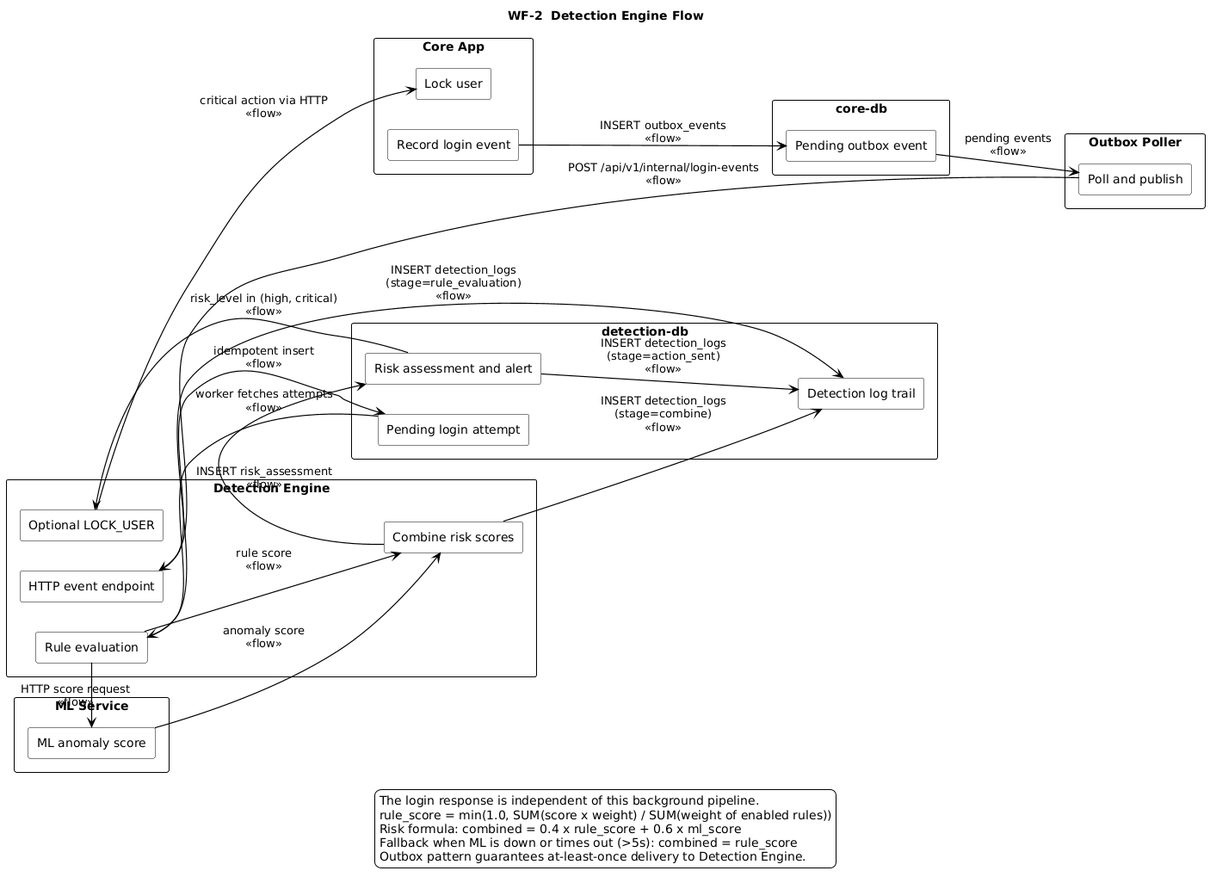
Albert-Tuan/sentinel-auth keeps this PlantUML diagram as docs/diagrams/WF-2_Detection.png. Above is the earlier version. The source it was exported from:
```plantuml
@startuml
left to right direction
skinparam monochrome true
skinparam shadowing false
skinparam backgroundColor white
skinparam rectangle {
  BackgroundColor white
  BorderColor black
}
skinparam ArrowColor black
skinparam ArrowThickness 1.2
title WF-2  Detection Engine Flow

rectangle "Core App" as sys_1 {
  rectangle "Record login event" as event
  rectangle "Lock user" as lock
}

rectangle "core-db" as sys_2 {
  rectangle "Pending outbox event" as outbox
}

rectangle "Outbox Poller" as sys_3 {
  rectangle "Poll and publish" as poll
}

rectangle "Detection Engine" as sys_4 {
  rectangle "HTTP event endpoint" as receive
  rectangle "Rule evaluation" as rules
  rectangle "Combine risk scores" as combine
  rectangle "Optional LOCK_USER" as action
}

rectangle "detection-db" as sys_5 {
  rectangle "Pending login attempt" as attempt
  rectangle "Risk assessment and alert" as assess
  rectangle "Detection log trail" as dlog
}

rectangle "ML Service" as sys_6 {
  rectangle "ML anomaly score" as ml
}

event --> outbox : INSERT outbox_events\n<<flow>>

outbox --> poll : pending events\n<<flow>>
poll --> receive : POST /api/v1/internal/login-events\n<<flow>>

receive --> attempt : idempotent insert\n<<flow>>

attempt --> rules : worker fetches attempts\n<<flow>>
rules --> dlog : INSERT detection_logs\n(stage=rule_evaluation)\n<<flow>>

rules --> ml : HTTP score request\n<<flow>>
ml --> combine : anomaly score\n<<flow>>
rules --> combine : rule score\n<<flow>>

combine --> assess : INSERT risk_assessment\n<<flow>>
combine --> dlog : INSERT detection_logs\n(stage=combine)\n<<flow>>
assess --> dlog : INSERT detection_logs\n(stage=action_sent)\n<<flow>>

assess --> action : risk_level in (high, critical)\n<<flow>>
action --> lock : critical action via HTTP\n<<flow>>

legend bottom
  The login response is independent of this background pipeline.
  rule_score = min(1.0, SUM(score x weight) / SUM(weight of enabled rules))
  Risk formula: combined = 0.4 x rule_score + 0.6 x ml_score
  Fallback when ML is down or times out (>5s): combined = rule_score
  Outbox pattern guarantees at-least-once delivery to Detection Engine.
endlegend
@enduml
```
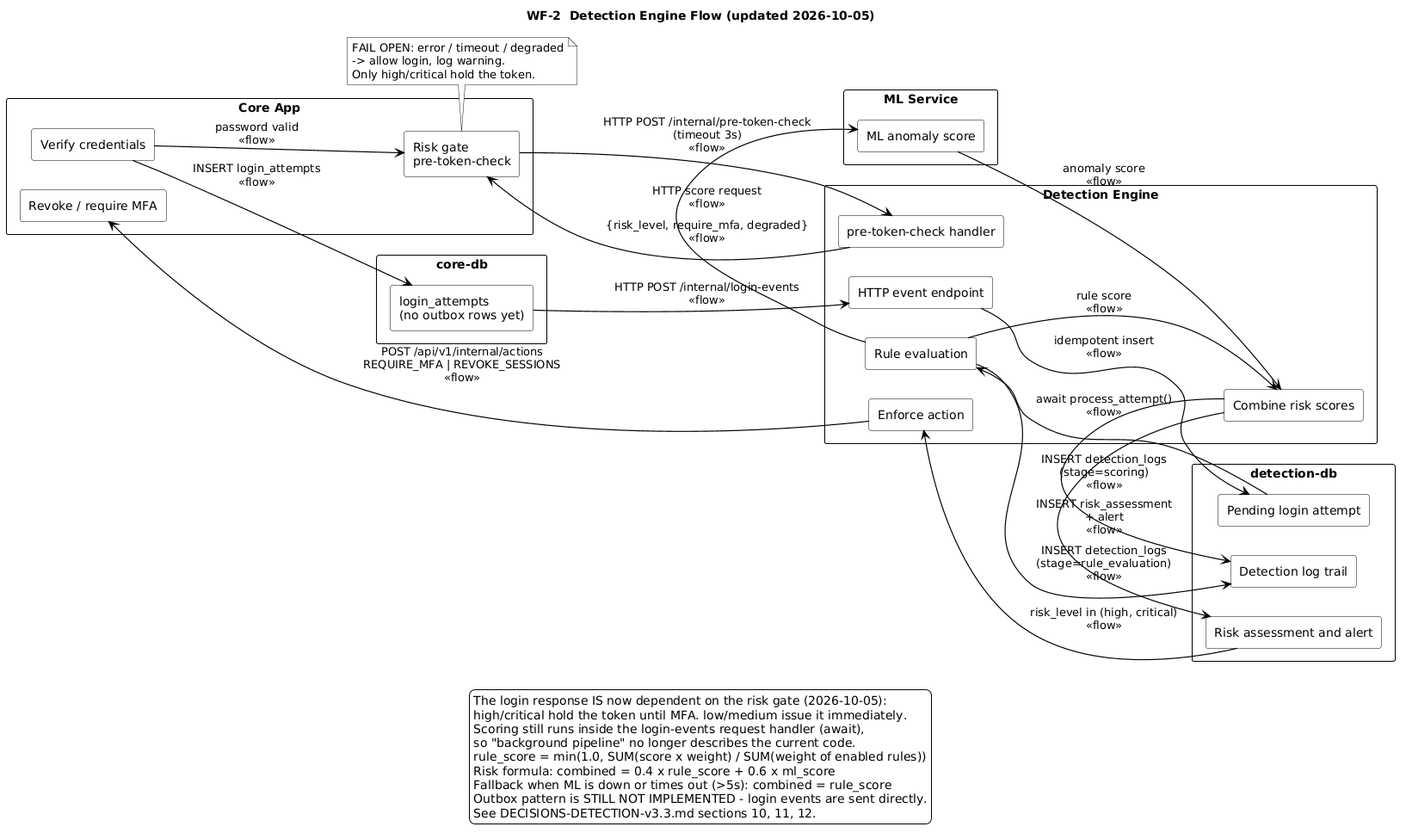
The same file after the commit.

The edit, as a diff of the source:
```diff
@@ -9,26 +9,24 @@
 }
 skinparam ArrowColor black
 skinparam ArrowThickness 1.2
-title WF-2  Detection Engine Flow
+title WF-2  Detection Engine Flow (updated 2026-10-05)
 
 rectangle "Core App" as sys_1 {
-  rectangle "Record login event" as event
-  rectangle "Lock user" as lock
+  rectangle "Verify credentials" as event
+  rectangle "Risk gate\npre-token-check" as gate
+  rectangle "Revoke / require MFA" as lock
 }
 
 rectangle "core-db" as sys_2 {
-  rectangle "Pending outbox event" as outbox
-}
-
-rectangle "Outbox Poller" as sys_3 {
-  rectangle "Poll and publish" as poll
+  rectangle "login_attempts\n(no outbox rows yet)" as outbox
 }
 
 rectangle "Detection Engine" as sys_4 {
   rectangle "HTTP event endpoint" as receive
+  rectangle "pre-token-check handler" as ptc
   rectangle "Rule evaluation" as rules
   rectangle "Combine risk scores" as combine
-  rectangle "Optional LOCK_USER" as action
+  rectangle "Enforce action" as action
 }
 
 rectangle "detection-db" as sys_5 {
@@ -41,32 +39,42 @@
   rectangle "ML anomaly score" as ml
 }
 
-event --> outbox : INSERT outbox_events\n<<flow>>
+event --> gate : password valid\n<<flow>>
+gate --> ptc : HTTP POST /internal/pre-token-check\n(timeout 3s)\n<<flow>>
+ptc --> gate : {risk_level, require_mfa, degraded}\n<<flow>>
+note bottom of gate
+  FAIL OPEN: error / timeout / degraded
+  -> allow login, log warning.
+  Only high/critical hold the token.
+end note
 
-outbox --> poll : pending events\n<<flow>>
-poll --> receive : POST /api/v1/internal/login-events\n<<flow>>
+event --> outbox : INSERT login_attempts\n<<flow>>
+outbox --> receive : HTTP POST /internal/login-events\n<<flow>>
 
 receive --> attempt : idempotent insert\n<<flow>>
 
-attempt --> rules : worker fetches attempts\n<<flow>>
+attempt --> rules : await process_attempt()\n<<flow>>
 rules --> dlog : INSERT detection_logs\n(stage=rule_evaluation)\n<<flow>>
 
 rules --> ml : HTTP score request\n<<flow>>
 ml --> combine : anomaly score\n<<flow>>
 rules --> combine : rule score\n<<flow>>
 
-combine --> assess : INSERT risk_assessment\n<<flow>>
-combine --> dlog : INSERT detection_logs\n(stage=combine)\n<<flow>>
-assess --> dlog : INSERT detection_logs\n(stage=action_sent)\n<<flow>>
+combine --> assess : INSERT risk_assessment\n+ alert\n<<flow>>
+combine --> dlog : INSERT detection_logs\n(stage=scoring)\n<<flow>>
 
 assess --> action : risk_level in (high, critical)\n<<flow>>
-action --> lock : critical action via HTTP\n<<flow>>
+action --> lock : POST /api/v1/internal/actions\nREQUIRE_MFA | REVOKE_SESSIONS\n<<flow>>
 
 legend bottom
-  The login response is independent of this background pipeline.
+  The login response IS now dependent on the risk gate (2026-10-05):
+  high/critical hold the token until MFA. low/medium issue it immediately.
+  Scoring still runs inside the login-events request handler (await),
+  so "background pipeline" no longer describes the current code.
   rule_score = min(1.0, SUM(score x weight) / SUM(weight of enabled rules))
   Risk formula: combined = 0.4 x rule_score + 0.6 x ml_score
   Fallback when ML is down or times out (>5s): combined = rule_score
-  Outbox pattern guarantees at-least-once delivery to Detection Engine.
+  Outbox pattern is STILL NOT IMPLEMENTED - login events are sent directly.
+  See DECISIONS-DETECTION-v3.3.md sections 10, 11, 12.
 endlegend
 @enduml
```
